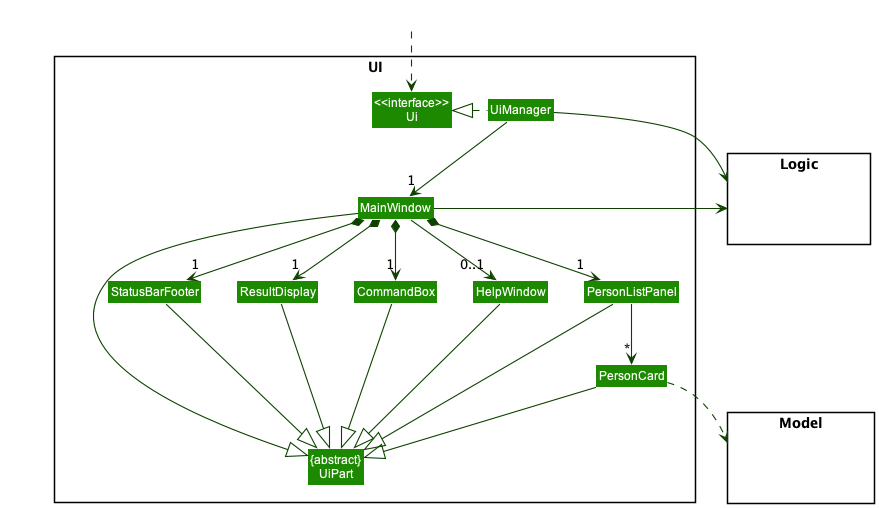
nus-cs2103-AY2223S1/tp keeps this PlantUML diagram as docs/images/UiClassDiagram.png. Above is the earlier version.
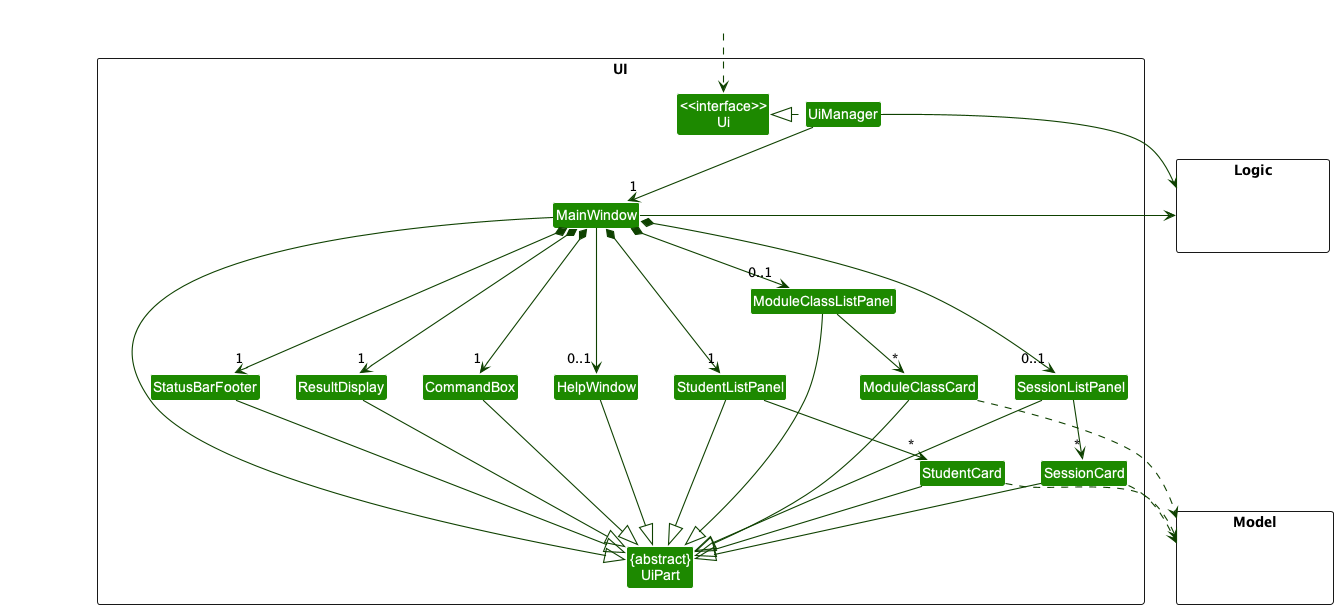
After the commit.

Diff of the diagram source:
```diff
@@ -11,8 +11,12 @@
 Class MainWindow
 Class HelpWindow
 Class ResultDisplay
-Class PersonListPanel
-Class PersonCard
+Class StudentListPanel
+Class StudentCard
+Class ModuleClassListPanel
+Class ModuleClassCard
+Class SessionListPanel
+Class SessionCard
 Class StatusBarFooter
 Class CommandBox
 }
@@ -32,26 +36,36 @@
 UiManager -down-> "1" MainWindow
 MainWindow *-down->  "1" CommandBox
 MainWindow *-down-> "1" ResultDisplay
-MainWindow *-down-> "1" PersonListPanel
+MainWindow *-down-> "1" StudentListPanel
+MainWindow *-down-> "0..1" ModuleClassListPanel
+MainWindow *-down-> "0..1" SessionListPanel
 MainWindow *-down-> "1" StatusBarFooter
 MainWindow --> "0..1" HelpWindow
 
-PersonListPanel -down-> "*" PersonCard
+StudentListPanel -down-> "*" StudentCard
+SessionListPanel -down-> "*" SessionCard
+ModuleClassListPanel -down-> "*" ModuleClassCard
 
 MainWindow -left-|> UiPart
 
 ResultDisplay --|> UiPart
 CommandBox --|> UiPart
-PersonListPanel --|> UiPart
-PersonCard --|> UiPart
+StudentListPanel --|> UiPart
+StudentCard --|> UiPart
+ModuleClassListPanel --|> UiPart
+ModuleClassCard ---|> UiPart
+SessionListPanel --|> UiPart
+SessionCard --|> UiPart
 StatusBarFooter --|> UiPart
 HelpWindow --|> UiPart
 
-PersonCard ..> Model
+StudentCard ..> Model
+ModuleClassCard -..> Model
+SessionCard ..> Model
 UiManager -right-> Logic
 MainWindow -left-> Logic
 
-PersonListPanel -[hidden]left- HelpWindow
+StudentListPanel -[hidden]left- HelpWindow
 HelpWindow -[hidden]left- CommandBox
 CommandBox -[hidden]left- ResultDisplay
 ResultDisplay -[hidden]left- StatusBarFooter
```
